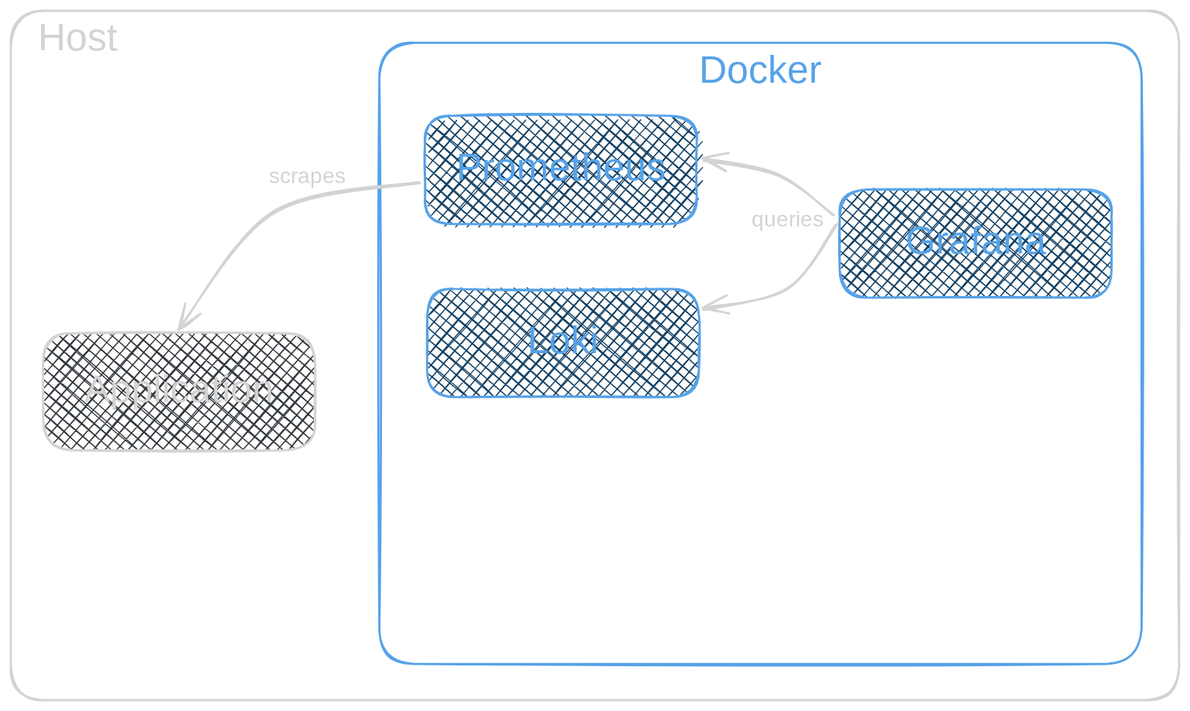
Above: slides/images/local-setup-2.svg in slauth/dev-prod-o11y-parity (Excalidraw), before the change. Source tidied: one line per element, renumbered; positions are measured from the earlier drawing's top-left corner, leaving out a move shared by most shapes. Source of this version:
```json
{"id": 0, "type": "rectangle", "strokeColor": "#1e1e1e", "strokeWidth": 2, "roughness": 1, "round": true, "x": 0, "y": 0, "width": 1079, "height": 637}
{"id": 1, "type": "text", "text": "  Host", "strokeColor": "#1e1e1e", "strokeWidth": 2, "roughness": 1, "fontSize": 36, "fontFamily": 5, "inside": 0, "x": 5, "y": 5, "width": 139, "height": 45}
{"id": 2, "type": "rectangle", "strokeColor": "#1971c2", "strokeWidth": 2, "roughness": 1, "round": true, "x": 340, "y": 30, "width": 704, "height": 574}
{"id": 3, "type": "text", "text": "Docker", "strokeColor": "#1971c2", "backgroundColor": "#ffc9c9", "fillStyle": "hachure", "strokeWidth": 2, "roughness": 1, "fontSize": 36, "fontFamily": 5, "textAlign": "center", "inside": 2, "x": 631, "y": 34, "width": 123, "height": 45}
{"id": 4, "type": "rectangle", "strokeColor": "#1e1e1e", "backgroundColor": "#ced4da", "fillStyle": "cross-hatch", "strokeWidth": 2, "roughness": 1, "round": true, "x": 30, "y": 298, "width": 251, "height": 108}
{"id": 5, "type": "text", "text": "Application", "strokeColor": "#1e1e1e", "strokeWidth": 2, "roughness": 1, "fontSize": 36, "fontFamily": 5, "textAlign": "center", "verticalAlign": "middle", "inside": 4, "x": 61, "y": 330, "width": 189, "height": 45}
{"id": 6, "type": "rectangle", "strokeColor": "#1971c2", "backgroundColor": "#a5d8ff", "fillStyle": "cross-hatch", "strokeWidth": 2, "roughness": 1, "round": true, "x": 384, "y": 257, "width": 251, "height": 100}
{"id": 7, "type": "text", "text": "Loki", "strokeColor": "#1971c2", "strokeWidth": 2, "roughness": 1, "fontSize": 36, "fontFamily": 5, "textAlign": "center", "verticalAlign": "middle", "inside": 6, "x": 475, "y": 284, "width": 69, "height": 45}
{"id": 8, "type": "rectangle", "strokeColor": "#1971c2", "backgroundColor": "#a5d8ff", "fillStyle": "cross-hatch", "strokeWidth": 2, "roughness": 1, "round": true, "x": 765, "y": 165, "width": 251, "height": 100}
{"id": 9, "type": "text", "text": "Grafana", "strokeColor": "#1971c2", "strokeWidth": 2, "roughness": 1, "fontSize": 36, "fontFamily": 5, "textAlign": "center", "verticalAlign": "middle", "inside": 8, "x": 819, "y": 192, "width": 144, "height": 45}
{"id": 10, "type": "rectangle", "strokeColor": "#1971c2", "backgroundColor": "#a5d8ff", "fillStyle": "cross-hatch", "strokeWidth": 2, "roughness": 1, "round": true, "x": 382, "y": 97, "width": 251, "height": 100}
{"id": 11, "type": "text", "text": "Prometheus", "strokeColor": "#1971c2", "strokeWidth": 2, "roughness": 1, "fontSize": 36, "fontFamily": 5, "textAlign": "center", "verticalAlign": "middle", "inside": 10, "x": 405, "y": 124, "width": 206, "height": 45}
{"id": 12, "type": "arrow", "strokeColor": "#1e1e1e", "backgroundColor": "#ced4da", "fillStyle": "cross-hatch", "strokeWidth": 2, "roughness": 1, "endArrowhead": "arrow", "round": true, "from": 10, "to": 4, "x": 378, "y": 159, "width": 224, "height": 135, "points": [[0, 0], [-135, 27], [-224, 135]]}
{"id": 13, "type": "text", "text": "scrapes", "strokeColor": "#1e1e1e", "backgroundColor": "#96f2d7", "fillStyle": "cross-hatch", "strokeWidth": 2, "roughness": 1, "fontSize": 20, "fontFamily": 5, "textAlign": "center", "verticalAlign": "middle", "x": 237, "y": 142, "width": 74, "height": 25}
{"id": 14, "type": "arrow", "strokeColor": "#1e1e1e", "backgroundColor": "#ced4da", "fillStyle": "cross-hatch", "strokeWidth": 2, "roughness": 1, "endArrowhead": "arrow", "round": true, "from": 8, "to": 10, "x": 760, "y": 188, "width": 120, "height": 50, "points": [[0, 0], [-51, -36], [-120, -50]]}
{"id": 15, "type": "arrow", "strokeColor": "#1e1e1e", "backgroundColor": "#ced4da", "fillStyle": "cross-hatch", "strokeWidth": 2, "roughness": 1, "endArrowhead": "arrow", "round": true, "from": 8, "to": 6, "x": 762, "y": 198, "width": 123, "height": 78, "points": [[0, 0], [-44, 58], [-123, 78]]}
{"id": 16, "type": "text", "text": "queries", "strokeColor": "#1e1e1e", "backgroundColor": "#96f2d7", "fillStyle": "cross-hatch", "strokeWidth": 2, "roughness": 1, "fontSize": 20, "fontFamily": 5, "textAlign": "center", "verticalAlign": "middle", "x": 682, "y": 182, "width": 70, "height": 25}
```
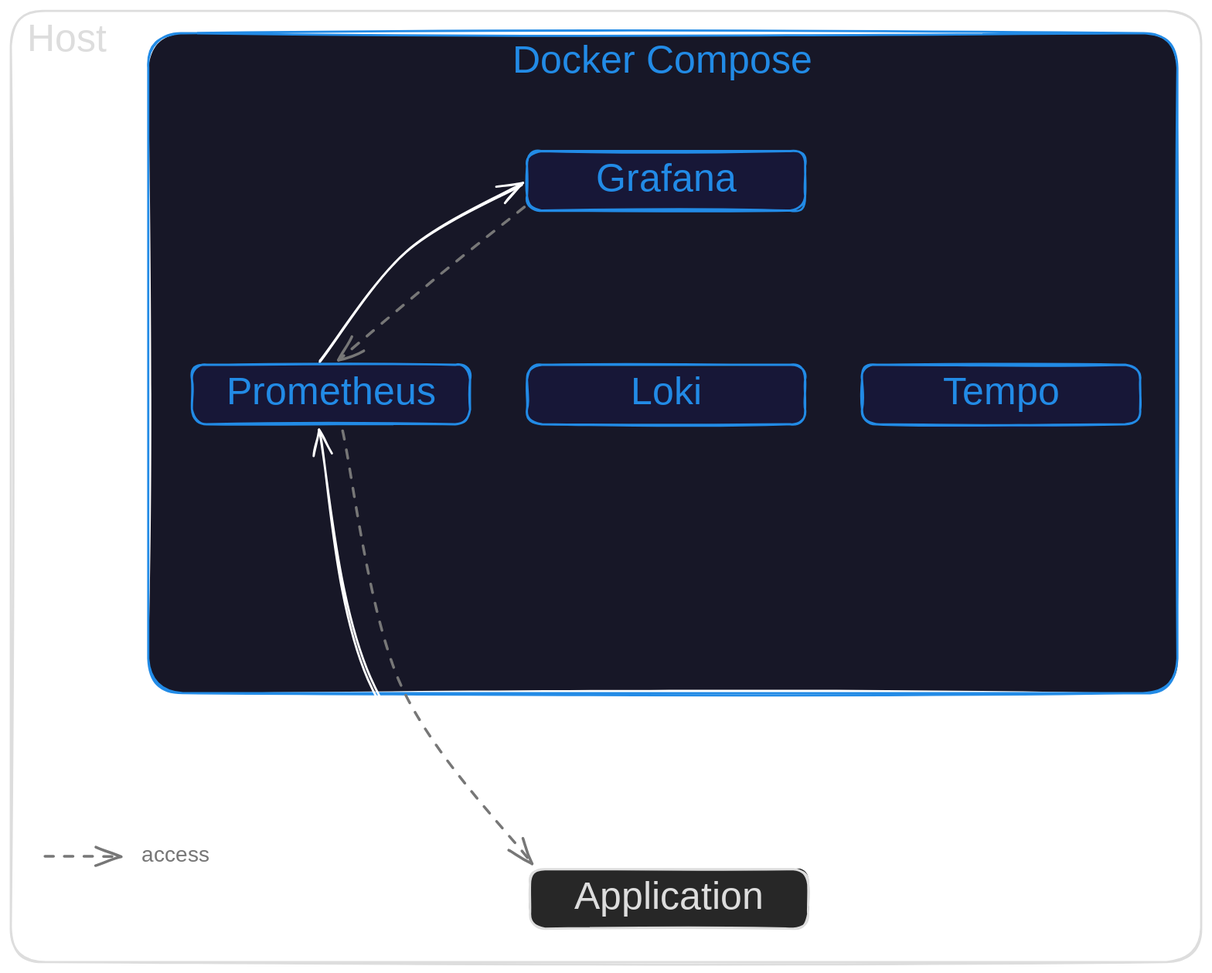
The same file after the commit.

Change to the diagram source:
```diff
@@ -1,17 +1,22 @@
-{"id": 0, "type": "rectangle", "strokeColor": "#1e1e1e", "strokeWidth": 2, "roughness": 1, "round": true, "x": 0, "y": 0, "width": 1079, "height": 637}
+{"id": 17, "type": "rectangle", "strokeColor": "#dddddd", "strokeWidth": 2, "roughness": 1, "round": true, "x": 305, "y": -185, "width": 1100, "height": 879}
-{"id": 1, "type": "text", "text": "  Host", "strokeColor": "#1e1e1e", "strokeWidth": 2, "roughness": 1, "fontSize": 36, "fontFamily": 5, "inside": 0, "x": 5, "y": 5, "width": 139, "height": 45}
+{"id": 1, "type": "text", "text": " Host", "strokeColor": "#dddddd", "strokeWidth": 2, "roughness": 1, "fontSize": 36, "fontFamily": 5, "inside": 17, "x": 310, "y": -180, "width": 96, "height": 45}
-{"id": 2, "type": "rectangle", "strokeColor": "#1971c2", "strokeWidth": 2, "roughness": 1, "round": true, "x": 340, "y": 30, "width": 704, "height": 574}
-{"id": 3, "type": "text", "text": "Docker", "strokeColor": "#1971c2", "backgroundColor": "#ffc9c9", "fillStyle": "hachure", "strokeWidth": 2, "roughness": 1, "fontSize": 36, "fontFamily": 5, "textAlign": "center", "inside": 2, "x": 631, "y": 34, "width": 123, "height": 45}
-{"id": 4, "type": "rectangle", "strokeColor": "#1e1e1e", "backgroundColor": "#ced4da", "fillStyle": "cross-hatch", "strokeWidth": 2, "roughness": 1, "round": true, "x": 30, "y": 298, "width": 251, "height": 108}
+{"id": 18, "type": "rectangle", "strokeColor": "#228be6", "backgroundColor": "#171727", "fillStyle": "solid", "strokeWidth": 2, "roughness": 1, "round": true, "x": 432, "y": -165, "width": 951, "height": 610}
+{"id": 19, "type": "text", "text": "Docker Compose", "strokeColor": "#228be6", "strokeWidth": 2, "roughness": 1, "fontSize": 36, "fontFamily": 5, "textAlign": "center", "inside": 18, "x": 766, "y": -160, "width": 284, "height": 45}
+{"id": 20, "type": "arrow", "strokeColor": "#ffffff", "backgroundColor": "#272727", "fillStyle": "solid", "strokeWidth": 2, "roughness": 1, "endArrowhead": "arrow", "round": true, "from": 27, "to": 22, "x": 779, "y": 637, "width": 189, "height": 434, "points": [[0, 0], [-144, -205], [-189, -434]]}
+{"id": 21, "type": "arrow", "strokeColor": "#ffffff", "backgroundColor": "#272727", "fillStyle": "solid", "strokeWidth": 2, "roughness": 1, "startArrowhead": "arrow", "round": true, "from": 23, "to": 22, "x": 777, "y": -25, "width": 188, "height": 163, "points": [[0, 0], [-107, 63], [-188, 163]]}
+{"id": 22, "type": "rectangle", "strokeColor": "#228be6", "backgroundColor": "#171737", "fillStyle": "solid", "strokeWidth": 2, "roughness": 1, "round": true, "x": 472, "y": 142, "width": 257, "height": 55}
+{"id": 11, "type": "text", "text": "Prometheus", "strokeColor": "#228be6", "backgroundColor": "#171737", "fillStyle": "solid", "strokeWidth": 2, "roughness": 1, "fontSize": 36, "fontFamily": 5, "textAlign": "center", "verticalAlign": "middle", "inside": 22, "x": 499, "y": 147, "width": 204, "height": 45}
+{"id": 23, "type": "rectangle", "strokeColor": "#228be6", "backgroundColor": "#171737", "fillStyle": "solid", "strokeWidth": 2, "roughness": 1, "round": true, "x": 782, "y": -56, "width": 257, "height": 55}
+{"id": 9, "type": "text", "text": "Grafana", "strokeColor": "#228be6", "backgroundColor": "#171737", "fillStyle": "solid", "strokeWidth": 2, "roughness": 1, "fontSize": 36, "fontFamily": 5, "textAlign": "center", "verticalAlign": "middle", "inside": 23, "x": 840, "y": -50, "width": 141, "height": 45}
+{"id": 24, "type": "rectangle", "strokeColor": "#228be6", "backgroundColor": "#171737", "fillStyle": "solid", "strokeWidth": 2, "roughness": 1, "round": true, "x": 782, "y": 142, "width": 257, "height": 55}
+{"id": 7, "type": "text", "text": "Loki", "strokeColor": "#228be6", "backgroundColor": "#171737", "fillStyle": "solid", "strokeWidth": 2, "roughness": 1, "fontSize": 36, "fontFamily": 5, "textAlign": "center", "verticalAlign": "middle", "inside": 24, "x": 876, "y": 147, "width": 69, "height": 45}
+{"id": 25, "type": "rectangle", "strokeColor": "#228be6", "backgroundColor": "#171737", "fillStyle": "solid", "strokeWidth": 2, "roughness": 1, "round": true, "x": 1091, "y": 142, "width": 257, "height": 55}
+{"id": 26, "type": "text", "text": "Tempo", "strokeColor": "#228be6", "backgroundColor": "#171737", "fillStyle": "solid", "strokeWidth": 2, "roughness": 1, "fontSize": 36, "fontFamily": 5, "textAlign": "center", "verticalAlign": "middle", "inside": 25, "x": 1164, "y": 147, "width": 112, "height": 45}
+{"id": 27, "type": "rectangle", "strokeColor": "#dddddd", "backgroundColor": "#272727", "fillStyle": "solid", "strokeWidth": 2, "roughness": 1, "round": true, "x": 785, "y": 608, "width": 257, "height": 55}
-{"id": 5, "type": "text", "text": "Application", "strokeColor": "#1e1e1e", "strokeWidth": 2, "roughness": 1, "fontSize": 36, "fontFamily": 5, "textAlign": "center", "verticalAlign": "middle", "inside": 4, "x": 61, "y": 330, "width": 189, "height": 45}
+{"id": 5, "type": "text", "text": "Application", "strokeColor": "#dddddd", "backgroundColor": "#171737", "fillStyle": "solid", "strokeWidth": 2, "roughness": 1, "fontSize": 36, "fontFamily": 5, "textAlign": "center", "verticalAlign": "middle", "inside": 27, "x": 819, "y": 613, "width": 188, "height": 45}
-{"id": 6, "type": "rectangle", "strokeColor": "#1971c2", "backgroundColor": "#a5d8ff", "fillStyle": "cross-hatch", "strokeWidth": 2, "roughness": 1, "round": true, "x": 384, "y": 257, "width": 251, "height": 100}
-{"id": 7, "type": "text", "text": "Loki", "strokeColor": "#1971c2", "strokeWidth": 2, "roughness": 1, "fontSize": 36, "fontFamily": 5, "textAlign": "center", "verticalAlign": "middle", "inside": 6, "x": 475, "y": 284, "width": 69, "height": 45}
-{"id": 8, "type": "rectangle", "strokeColor": "#1971c2", "backgroundColor": "#a5d8ff", "fillStyle": "cross-hatch", "strokeWidth": 2, "roughness": 1, "round": true, "x": 765, "y": 165, "width": 251, "height": 100}
-{"id": 9, "type": "text", "text": "Grafana", "strokeColor": "#1971c2", "strokeWidth": 2, "roughness": 1, "fontSize": 36, "fontFamily": 5, "textAlign": "center", "verticalAlign": "middle", "inside": 8, "x": 819, "y": 192, "width": 144, "height": 45}
-{"id": 10, "type": "rectangle", "strokeColor": "#1971c2", "backgroundColor": "#a5d8ff", "fillStyle": "cross-hatch", "strokeWidth": 2, "roughness": 1, "round": true, "x": 382, "y": 97, "width": 251, "height": 100}
-{"id": 11, "type": "text", "text": "Prometheus", "strokeColor": "#1971c2", "strokeWidth": 2, "roughness": 1, "fontSize": 36, "fontFamily": 5, "textAlign": "center", "verticalAlign": "middle", "inside": 10, "x": 405, "y": 124, "width": 206, "height": 45}
-{"id": 12, "type": "arrow", "strokeColor": "#1e1e1e", "backgroundColor": "#ced4da", "fillStyle": "cross-hatch", "strokeWidth": 2, "roughness": 1, "endArrowhead": "arrow", "round": true, "from": 10, "to": 4, "x": 378, "y": 159, "width": 224, "height": 135, "points": [[0, 0], [-135, 27], [-224, 135]]}
-{"id": 13, "type": "text", "text": "scrapes", "strokeColor": "#1e1e1e", "backgroundColor": "#96f2d7", "fillStyle": "cross-hatch", "strokeWidth": 2, "roughness": 1, "fontSize": 20, "fontFamily": 5, "textAlign": "center", "verticalAlign": "middle", "x": 237, "y": 142, "width": 74, "height": 25}
-{"id": 14, "type": "arrow", "strokeColor": "#1e1e1e", "backgroundColor": "#ced4da", "fillStyle": "cross-hatch", "strokeWidth": 2, "roughness": 1, "endArrowhead": "arrow", "round": true, "from": 8, "to": 10, "x": 760, "y": 188, "width": 120, "height": 50, "points": [[0, 0], [-51, -36], [-120, -50]]}
-{"id": 15, "type": "arrow", "strokeColor": "#1e1e1e", "backgroundColor": "#ced4da", "fillStyle": "cross-hatch", "strokeWidth": 2, "roughness": 1, "endArrowhead": "arrow", "round": true, "from": 8, "to": 6, "x": 762, "y": 198, "width": 123, "height": 78, "points": [[0, 0], [-44, 58], [-123, 78]]}
-{"id": 16, "type": "text", "text": "queries", "strokeColor": "#1e1e1e", "backgroundColor": "#96f2d7", "fillStyle": "cross-hatch", "strokeWidth": 2, "roughness": 1, "fontSize": 20, "fontFamily": 5, "textAlign": "center", "verticalAlign": "middle", "x": 682, "y": 182, "width": 70, "height": 25}
+{"id": 28, "type": "arrow", "strokeColor": "#777777", "backgroundColor": "#272727", "fillStyle": "solid", "strokeWidth": 2, "strokeStyle": "dashed", "roughness": 1, "endArrowhead": "arrow", "round": true, "from": 23, "to": 22, "x": 779, "y": -4, "width": 173, "height": 141, "points": [[0, 0], [-83, 67], [-173, 141]]}
+{"id": 29, "type": "arrow", "strokeColor": "#777777", "backgroundColor": "#272727", "fillStyle": "solid", "strokeWidth": 2, "strokeStyle": "dashed", "roughness": 1, "endArrowhead": "arrow", "round": true, "from": 17, "x": 336, "y": 597, "width": 70, "height": 0, "points": [[0, 0], [70, 0]]}
+{"id": 30, "type": "text", "text": "access", "strokeColor": "#777777", "backgroundColor": "#272727", "fillStyle": "solid", "strokeWidth": 2, "strokeStyle": "dashed", "roughness": 1, "fontSize": 20, "fontFamily": 5, "textAlign": "center", "verticalAlign": "middle", "x": 425, "y": 584, "width": 64, "height": 25}
+{"id": 31, "type": "arrow", "strokeColor": "#ffffff", "backgroundColor": "#272727", "fillStyle": "solid", "strokeWidth": 2, "roughness": 1, "endArrowhead": "arrow", "round": true, "x": 336, "y": 643, "width": 72, "height": 1, "points": [[0, 0], [72, -1]]}
+{"id": 32, "type": "text", "text": "data", "strokeColor": "#ffffff", "backgroundColor": "#272727", "fillStyle": "solid", "strokeWidth": 2, "strokeStyle": "dashed", "roughness": 1, "fontSize": 20, "fontFamily": 5, "textAlign": "center", "verticalAlign": "middle", "x": 425, "y": 629, "width": 46, "height": 25}
+{"id": 33, "type": "arrow", "strokeColor": "#777777", "angle": 5.79, "backgroundColor": "#272727", "fillStyle": "solid", "strokeWidth": 2, "strokeStyle": "dashed", "roughness": 1, "endArrowhead": "arrow", "round": true, "from": 22, "to": 27, "x": 719, "y": 192, "width": 64, "height": 435, "points": [[0, 0], [-64, 231], [-36, 435]]}
```
